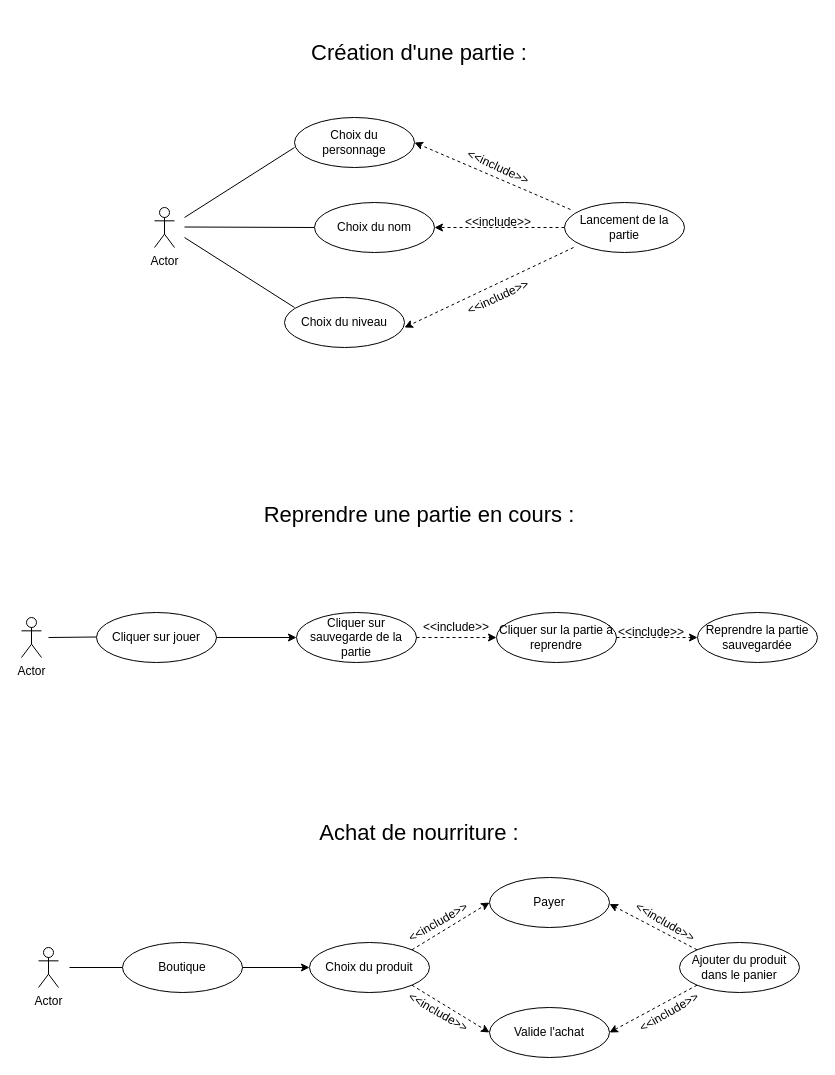
This is page "Page-1" (1 of 2) of DiagramCasUtilisation.drawio from BMaurice56/Tamagotchi, a draw.io file, before an edit. Source tidied: cells renumbered, new cells numbered last; positions are measured from the earlier drawing's top-left corner, leaving out a move shared by most shapes. Both pictures are drawn from the tidied source at 100%, with x=0, y=0 at pixel (21, 17).
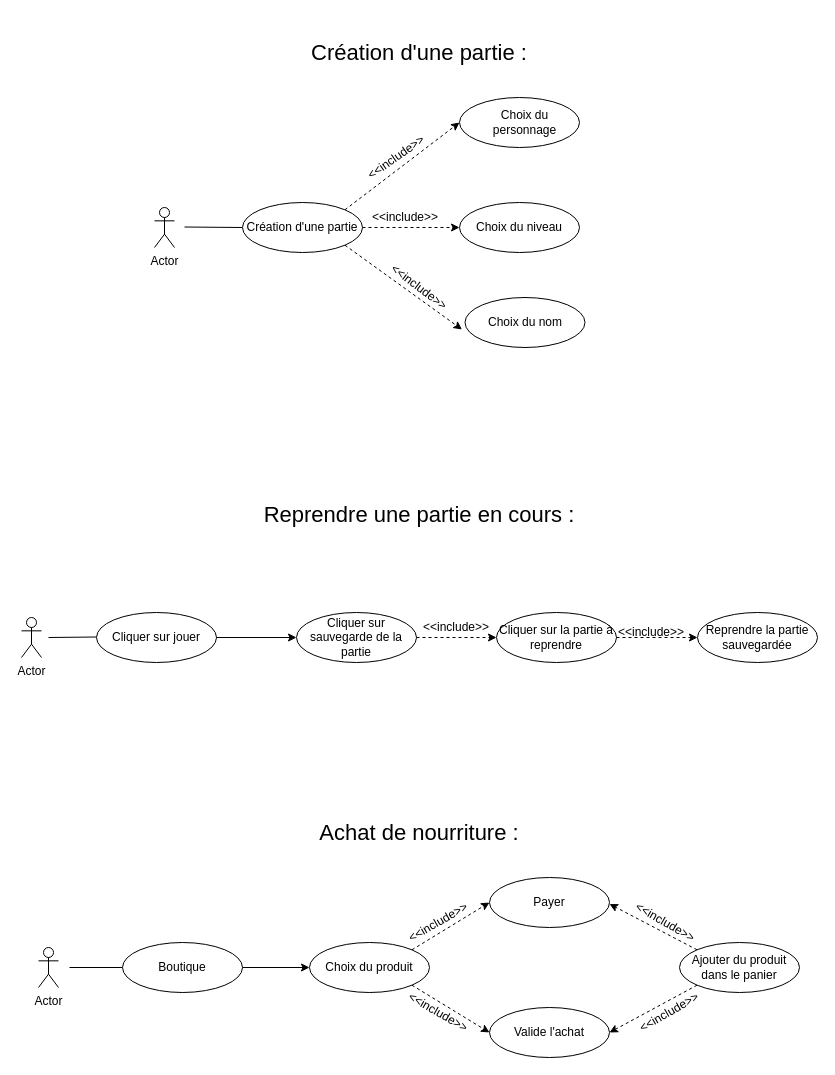
After the change.

What changed in the source:
```diff
@@
-    <mxCell id="3" style="endArrow=none;html=1;rounded=0;" parent="1" edge="1">
-      <mxGeometry relative="1" as="geometry">
-        <mxPoint x="163" y="220" as="sourcePoint" />
-        <mxPoint x="273" y="290" as="targetPoint" />
-      </mxGeometry>
-    </mxCell>
-    <mxCell id="4" style="endArrow=none;html=1;rounded=0;" parent="1" edge="1">
-      <mxGeometry relative="1" as="geometry">
-        <mxPoint x="163" y="200" as="sourcePoint" />
-        <mxPoint x="273" y="130" as="targetPoint" />
-      </mxGeometry>
-    </mxCell>
@@
     <mxCell id="6" style="ellipse;whiteSpace=wrap;html=1;" parent="1" vertex="1">
-      <mxGeometry x="273" y="100" width="120" height="50" as="geometry" />
+      <mxGeometry x="438" y="80" width="120" height="50" as="geometry" />
     </mxCell>
     <mxCell id="7" value="Choix du personnage" style="text;html=1;strokeColor=none;fillColor=none;align=center;verticalAlign=middle;whiteSpace=wrap;rounded=0;" parent="1" vertex="1">
-      <mxGeometry x="303" y="110" width="60" height="30" as="geometry" />
+      <mxGeometry x="468" y="90" width="71" height="30" as="geometry" />
     </mxCell>
     <mxCell id="8" value="Choix du niveau" style="ellipse;whiteSpace=wrap;html=1;" parent="1" vertex="1">
-      <mxGeometry x="263" y="280" width="120" height="50" as="geometry" />
+      <mxGeometry x="438" y="185" width="120" height="50" as="geometry" />
     </mxCell>
-    <mxCell id="9" style="endArrow=none;html=1;rounded=0;" parent="1" edge="1">
+    <mxCell id="9" style="endArrow=none;html=1;rounded=0;entryX=0;entryY=0.5;entryDx=0;entryDy=0;" parent="1" edge="1" target="14">
       <mxGeometry relative="1" as="geometry">
         <mxPoint x="163" y="209.5" as="sourcePoint" />
-        <mxPoint x="293" y="210" as="targetPoint" />
       </mxGeometry>
     </mxCell>
     <mxCell id="10" value="Choix du nom" style="ellipse;whiteSpace=wrap;html=1;" parent="1" vertex="1">
-      <mxGeometry x="293" y="185" width="120" height="50" as="geometry" />
+      <mxGeometry x="443.5" y="280" width="120" height="50" as="geometry" />
     </mxCell>
-    <mxCell id="11" style="endArrow=classic;html=1;rounded=0;dashed=1;entryX=1;entryY=0.5;entryDx=0;entryDy=0;exitX=0.05;exitY=0.14;exitDx=0;exitDy=0;exitPerimeter=0;" parent="1" edge="1" source="14" target="6">
-      <mxGeometry relative="1" as="geometry" />
-    </mxCell>
-    <mxCell id="12" style="endArrow=classic;html=1;rounded=0;dashed=1;entryX=1;entryY=0.5;entryDx=0;entryDy=0;" parent="1" edge="1" target="10">
-      <mxGeometry relative="1" as="geometry">
-        <mxPoint x="543" y="210" as="sourcePoint" />
-      </mxGeometry>
+    <mxCell id="12" style="endArrow=classic;html=1;rounded=0;dashed=1;entryX=0;entryY=0.5;entryDx=0;entryDy=0;exitX=1;exitY=0;exitDx=0;exitDy=0;" parent="1" edge="1" source="14" target="6">
+      <mxGeometry relative="1" as="geometry" />
     </mxCell>
-    <mxCell id="13" style="endArrow=classic;html=1;rounded=0;dashed=1;entryX=1;entryY=0.5;entryDx=0;entryDy=0;exitX=0.075;exitY=0.9;exitDx=0;exitDy=0;exitPerimeter=0;" parent="1" edge="1" source="14">
-      <mxGeometry relative="1" as="geometry">
-        <mxPoint x="383" y="310" as="targetPoint" />
-      </mxGeometry>
+    <mxCell id="13" style="endArrow=classic;html=1;rounded=0;dashed=1;entryX=-0.025;entryY=0.64;entryDx=0;entryDy=0;exitX=1;exitY=1;exitDx=0;exitDy=0;entryPerimeter=0;" parent="1" edge="1" source="14" target="10">
+      <mxGeometry relative="1" as="geometry" />
     </mxCell>
-    <mxCell id="14" value="Lancement de la partie" style="ellipse;whiteSpace=wrap;html=1;" parent="1" vertex="1">
-      <mxGeometry x="543" y="185" width="120" height="50" as="geometry" />
+    <mxCell id="14" value="Création d'une partie" style="ellipse;whiteSpace=wrap;html=1;" parent="1" vertex="1">
+      <mxGeometry x="221" y="185" width="120" height="50" as="geometry" />
     </mxCell>
-    <mxCell id="15" value="&amp;lt;&amp;lt;include&amp;gt;&amp;gt;" style="text;html=1;strokeColor=none;fillColor=none;align=center;verticalAlign=middle;whiteSpace=wrap;rounded=0;rotation=25;" parent="1" vertex="1">
-      <mxGeometry x="447" y="130" width="60" height="40" as="geometry" />
+    <mxCell id="15" value="&amp;lt;&amp;lt;include&amp;gt;&amp;gt;" style="text;html=1;strokeColor=none;fillColor=none;align=center;verticalAlign=middle;whiteSpace=wrap;rounded=0;rotation=37;" parent="1" vertex="1">
+      <mxGeometry x="368" y="250" width="60" height="40" as="geometry" />
     </mxCell>
     <mxCell id="16" value="&amp;lt;&amp;lt;include&amp;gt;&amp;gt;" style="text;html=1;strokeColor=none;fillColor=none;align=center;verticalAlign=middle;whiteSpace=wrap;rounded=0;rotation=0;" parent="1" vertex="1">
-      <mxGeometry x="447" y="185" width="60" height="40" as="geometry" />
+      <mxGeometry x="354" y="180" width="60" height="40" as="geometry" />
     </mxCell>
-    <mxCell id="17" value="&amp;lt;&amp;lt;include&amp;gt;&amp;gt;" style="text;html=1;strokeColor=none;fillColor=none;align=center;verticalAlign=middle;whiteSpace=wrap;rounded=0;rotation=-25;" parent="1" vertex="1">
-      <mxGeometry x="447" y="260" width="60" height="40" as="geometry" />
+    <mxCell id="17" value="&amp;lt;&amp;lt;include&amp;gt;&amp;gt;" style="text;html=1;strokeColor=none;fillColor=none;align=center;verticalAlign=middle;whiteSpace=wrap;rounded=0;rotation=-35;" parent="1" vertex="1">
+      <mxGeometry x="345" y="120" width="60" height="40" as="geometry" />
     </mxCell>
@@
+    <mxCell id="47" style="endArrow=classic;html=1;rounded=0;dashed=1;entryX=0;entryY=0.5;entryDx=0;entryDy=0;exitX=1;exitY=0.5;exitDx=0;exitDy=0;" parent="1" edge="1" source="14" target="8">
+      <mxGeometry relative="1" as="geometry" />
+    </mxCell>
```
